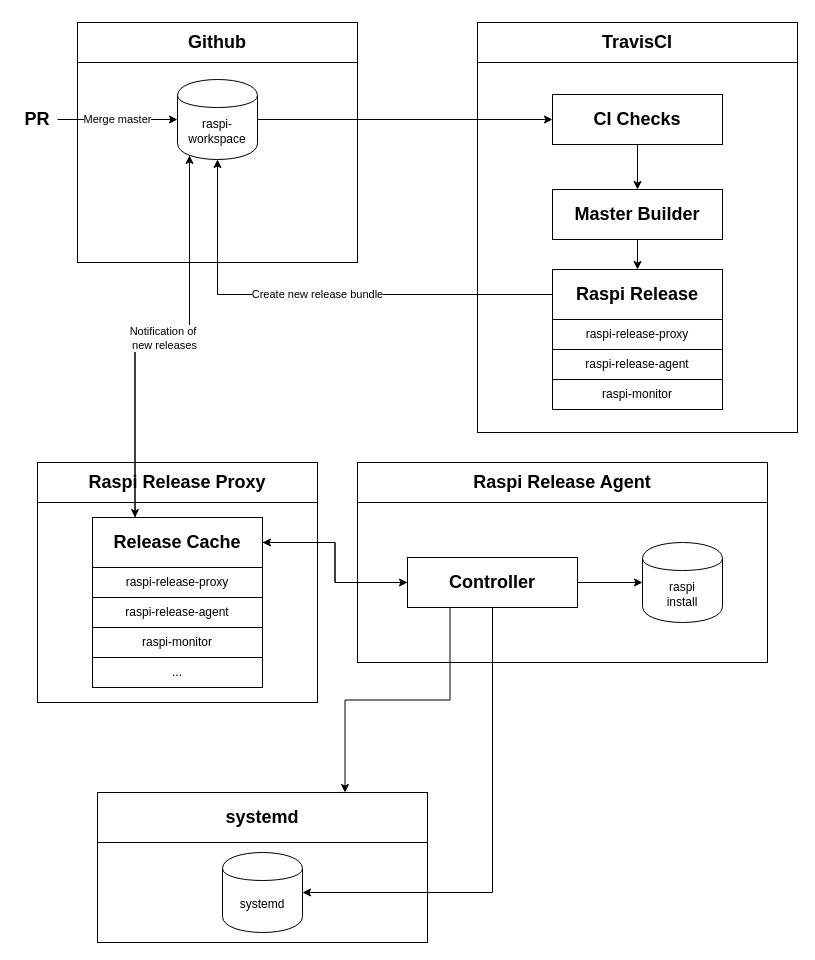
Earlier version of the draw.io diagram docs/RaspiRelease.drawio (andrew-bodine/raspi-workspace). Source tidied: cells renumbered, new cells numbered last; positions are measured from the earlier drawing's top-left corner, leaving out a move shared by most shapes. Both pictures are drawn from the tidied source at 100%, with x=0, y=0 at pixel (17, 22).
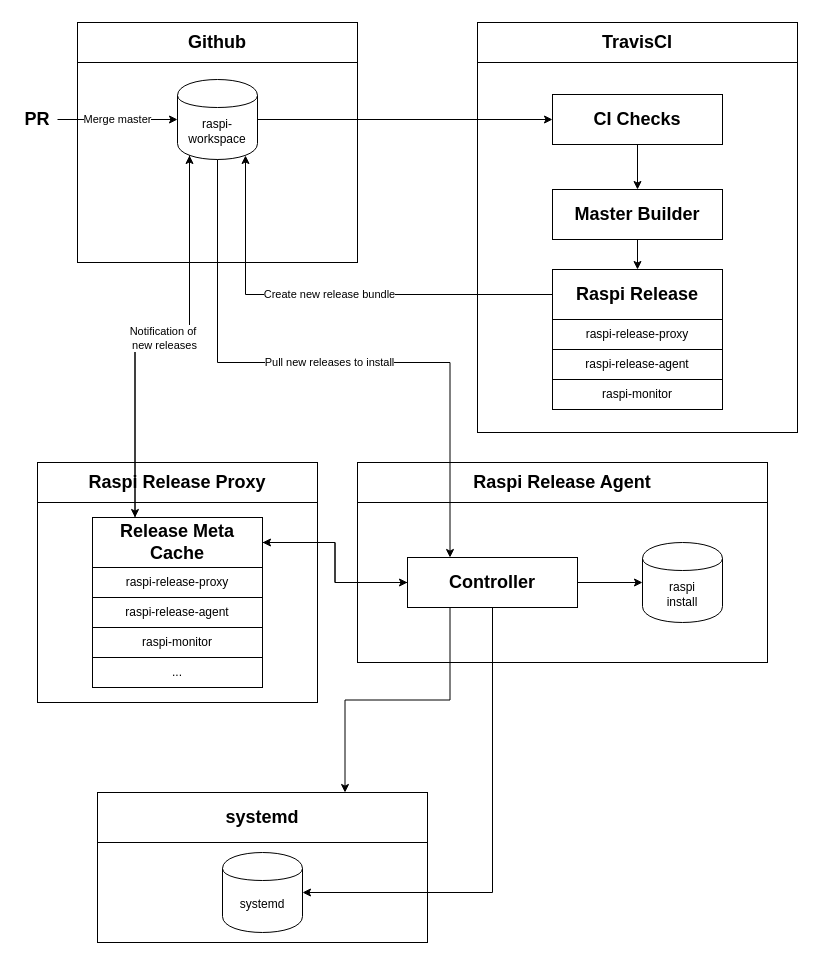
Above is the later version.

Unchanged cells that the change refers to:
```xml
<mxCell id="7" value="&lt;h2&gt;Raspi Release&lt;/h2&gt;" style="rounded=0;whiteSpace=wrap;html=1;" parent="1" vertex="1">
  <mxGeometry x="535" y="247" width="170" height="50" as="geometry" />
</mxCell>
<mxCell id="12" value="raspi-workspace" style="shape=cylinder;whiteSpace=wrap;html=1;boundedLbl=1;backgroundOutline=1;" parent="1" vertex="1">
  <mxGeometry x="160" y="57" width="80" height="80" as="geometry" />
</mxCell>
<mxCell id="39" value="&lt;h2&gt;Controller&lt;/h2&gt;" style="rounded=0;whiteSpace=wrap;html=1;" parent="1" vertex="1">
  <mxGeometry x="390" y="535" width="170" height="50" as="geometry" />
</mxCell>
```

The edit, as a diff of the source:
```diff
@@
-    <mxCell id="6" value="Create new release bundle" style="edgeStyle=orthogonalEdgeStyle;rounded=0;jettySize=auto;html=1;exitX=0;exitY=0.5;exitDx=0;exitDy=0;entryX=0.5;entryY=1;entryDx=0;entryDy=0;" parent="1" edge="1" source="7" target="12">
+    <mxCell id="6" value="Create new release bundle" style="edgeStyle=orthogonalEdgeStyle;rounded=0;jettySize=auto;html=1;exitX=0;exitY=0.5;exitDx=0;exitDy=0;entryX=0.85;entryY=0.95;entryDx=0;entryDy=0;entryPerimeter=0;" parent="1" edge="1" source="7" target="12">
       <mxGeometry relative="1" as="geometry" />
     </mxCell>
@@
-    <mxCell id="27" value="&lt;h2&gt;Release Cache&lt;/h2&gt;" style="rounded=0;whiteSpace=wrap;html=1;" parent="1" vertex="1">
+    <mxCell id="27" value="&lt;h2&gt;Release Meta Cache&lt;/h2&gt;" style="rounded=0;whiteSpace=wrap;html=1;" parent="1" vertex="1">
       <mxGeometry x="75" y="495" width="170" height="50" as="geometry" />
     </mxCell>
@@
+    <mxCell id="41" value="Pull new releases to install" style="edgeStyle=orthogonalEdgeStyle;rounded=0;jettySize=auto;html=1;entryX=0.25;entryY=0;entryDx=0;entryDy=0;exitX=0.5;exitY=1;exitDx=0;exitDy=0;" parent="1" edge="1" source="12" target="39">
+      <mxGeometry relative="1" as="geometry">
+        <Array as="points">
+          <mxPoint x="200" y="340" />
+          <mxPoint x="433" y="340" />
+        </Array>
+      </mxGeometry>
+    </mxCell>
```
